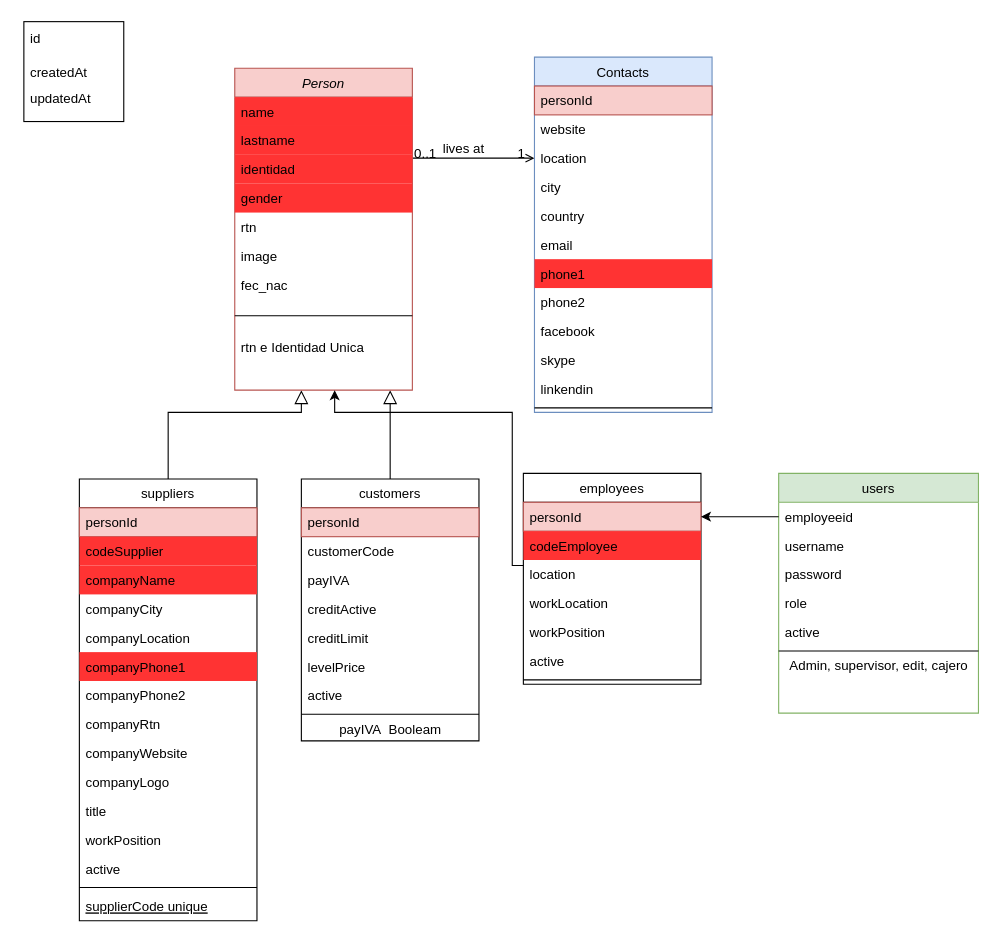
ingricardotoro/backendPosweb keeps this draw.io diagram as config/Untitled Diagram.drawio. Above is the earlier version. Source tidied: cells renumbered, new cells numbered last; positions are measured from the earlier drawing's top-left corner, leaving out a move shared by most shapes. Both pictures are drawn from the tidied source at 111%, with x=0, y=0 at pixel (23, 21).
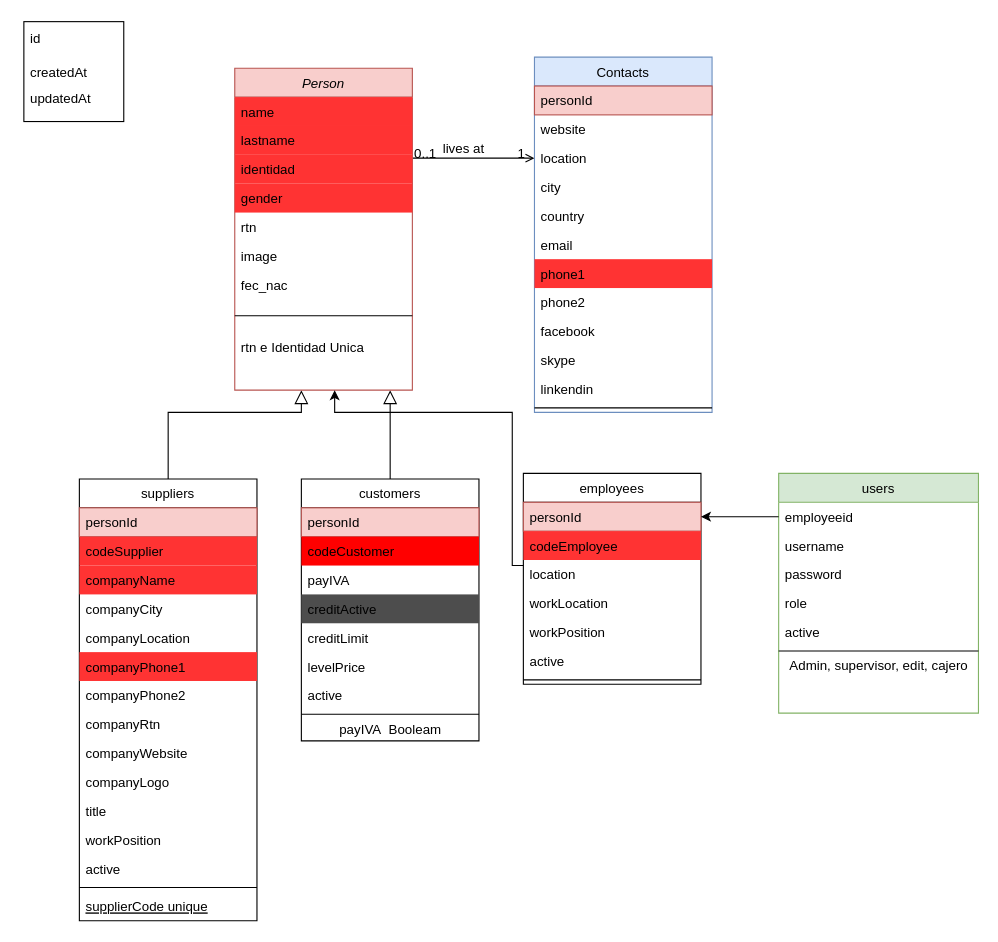
Above is the later version.

The change refers to these unchanged cells:
```xml
<mxCell id="51" value="customers" style="swimlane;fontStyle=0;align=center;verticalAlign=top;horizontal=1;startSize=26;rounded=0;shadow=0;strokeWidth=1;" parent="1" vertex="1">
  <mxGeometry x="250" y="412" width="160" height="236" as="geometry" />
</mxCell>
```

What changed in the source:
```diff
@@
-    <mxCell id="53" value="customerCode" style="text;align=left;verticalAlign=top;spacingLeft=4;spacingRight=4;overflow=hidden;" parent="51" vertex="1">
+    <mxCell id="53" value="codeCustomer" style="text;align=left;verticalAlign=top;spacingLeft=4;spacingRight=4;overflow=hidden;fillColor=#FF0000;" parent="51" vertex="1">
       <mxGeometry y="52" width="160" height="26" as="geometry" />
     </mxCell>
@@
-    <mxCell id="55" value="creditActive" style="text;align=left;verticalAlign=top;spacingLeft=4;spacingRight=4;overflow=hidden;" parent="51" vertex="1">
+    <mxCell id="55" value="creditActive" style="text;align=left;verticalAlign=top;spacingLeft=4;spacingRight=4;overflow=hidden;fillColor=#4D4D4D;" parent="51" vertex="1">
       <mxGeometry y="104" width="160" height="26" as="geometry" />
     </mxCell>
```
